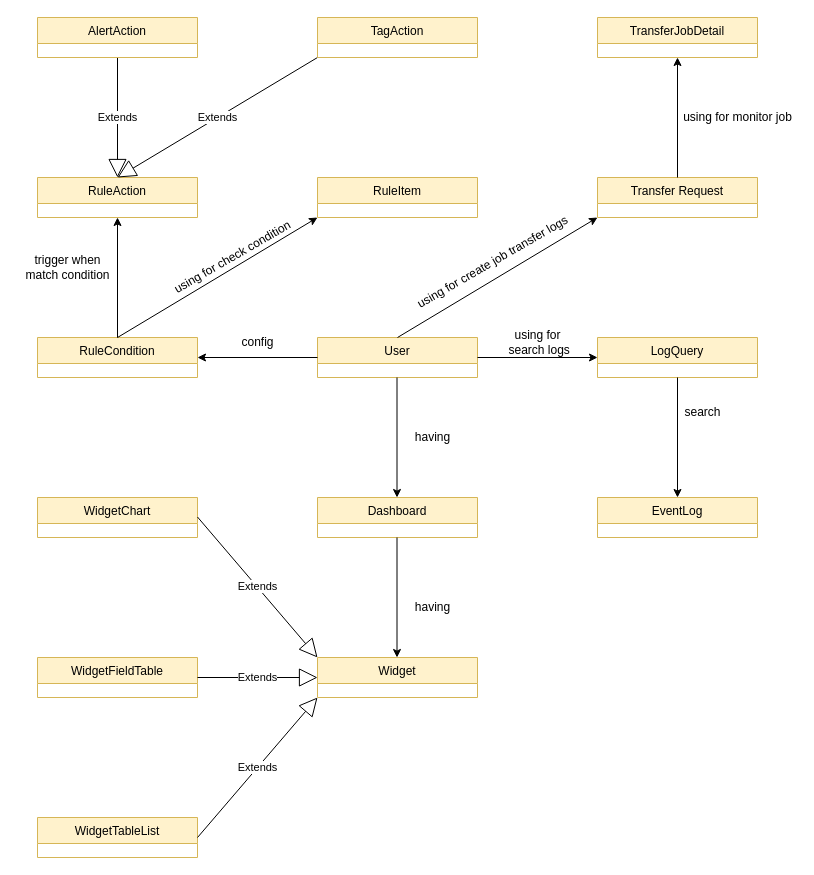
The draw.io diagram Untitled Diagram.drawio in ndhcoder/my-configs, before the edit. Source tidied: cells renumbered, new cells numbered last; positions are measured from the earlier drawing's top-left corner, leaving out a move shared by most shapes. Both pictures are drawn from the tidied source at 100%, with x=0, y=0 at pixel (17, 17).
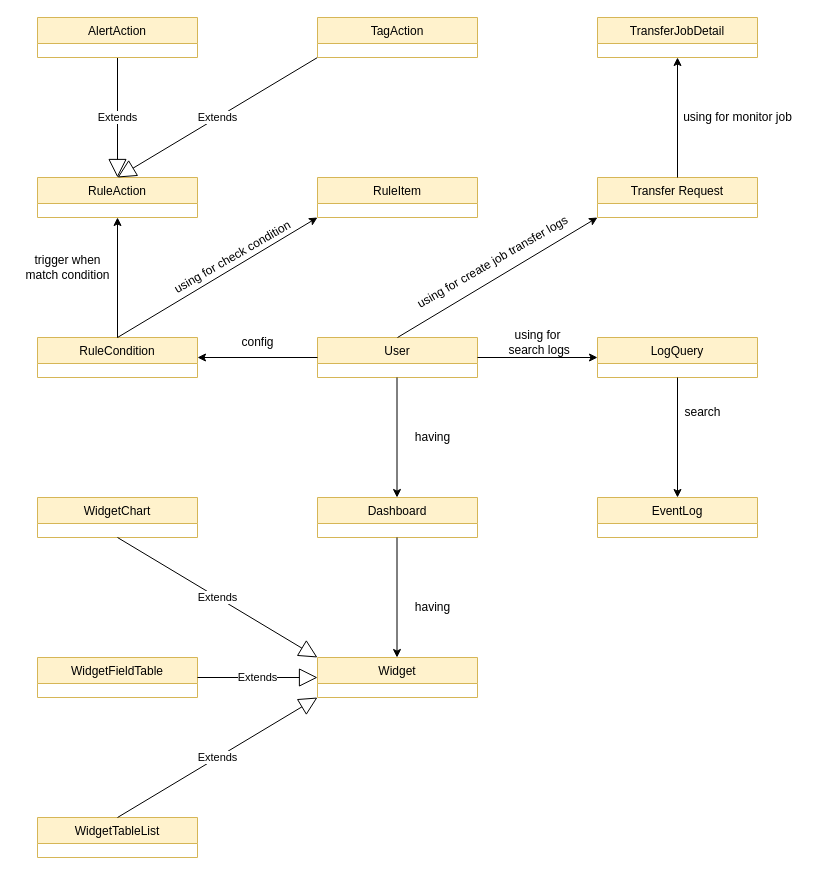
After the change.

Commit message:
LogInsight_Design_Model

Unchanged cells that the change refers to:
```xml
<mxCell id="14" value="WidgetChart" style="swimlane;fontStyle=0;align=center;verticalAlign=top;horizontal=1;startSize=26;rounded=0;shadow=0;strokeWidth=1;fillColor=#fff2cc;strokeColor=#d6b656;" parent="1" vertex="1">
  <mxGeometry x="20" y="480" width="160" height="40" as="geometry" />
</mxCell>
<mxCell id="16" value="WidgetTableList" style="swimlane;fontStyle=0;align=center;verticalAlign=top;horizontal=1;startSize=26;rounded=0;shadow=0;strokeWidth=1;fillColor=#fff2cc;strokeColor=#d6b656;" parent="1" vertex="1">
  <mxGeometry x="20" y="800" width="160" height="40" as="geometry" />
</mxCell>
<mxCell id="17" value="Widget" style="swimlane;fontStyle=0;align=center;verticalAlign=top;horizontal=1;startSize=26;rounded=0;shadow=0;strokeWidth=1;fillColor=#fff2cc;strokeColor=#d6b656;" parent="1" vertex="1">
  <mxGeometry x="300" y="640" width="160" height="40" as="geometry" />
</mxCell>
```

What changed in the source:
```diff
@@
-    <mxCell id="22" value="Extends" style="endArrow=block;endSize=16;endFill=0;html=1;entryX=0;entryY=0;entryDx=0;entryDy=0;" parent="1" edge="1" target="17">
-      <mxGeometry relative="1" as="geometry">
-        <mxPoint x="180" y="499.5" as="sourcePoint" />
-      </mxGeometry>
+    <mxCell id="22" value="Extends" style="endArrow=block;endSize=16;endFill=0;html=1;entryX=0;entryY=0;entryDx=0;entryDy=0;exitX=0.5;exitY=1;exitDx=0;exitDy=0;" parent="1" edge="1" source="14" target="17">
+      <mxGeometry relative="1" as="geometry" />
     </mxCell>
@@
-    <mxCell id="24" value="Extends" style="endArrow=block;endSize=16;endFill=0;html=1;exitX=1;exitY=0.5;exitDx=0;exitDy=0;" parent="1" edge="1" source="16">
+    <mxCell id="24" value="Extends" style="endArrow=block;endSize=16;endFill=0;html=1;exitX=0.5;exitY=0;exitDx=0;exitDy=0;" parent="1" edge="1" source="16">
       <mxGeometry relative="1" as="geometry">
         <mxPoint x="300" y="680" as="targetPoint" />
       </mxGeometry>
     </mxCell>
```
